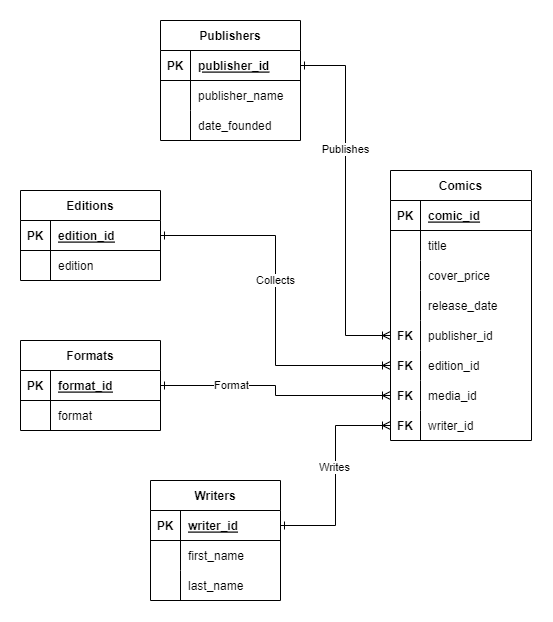
This is app/assets/images/ERD.png from samuelferrer21/XamComiX, a draw.io export, as it was before one commit. Source tidied: cells renumbered, new cells last; positions are measured from the earlier drawing's top-left corner, leaving out a move shared by most shapes.
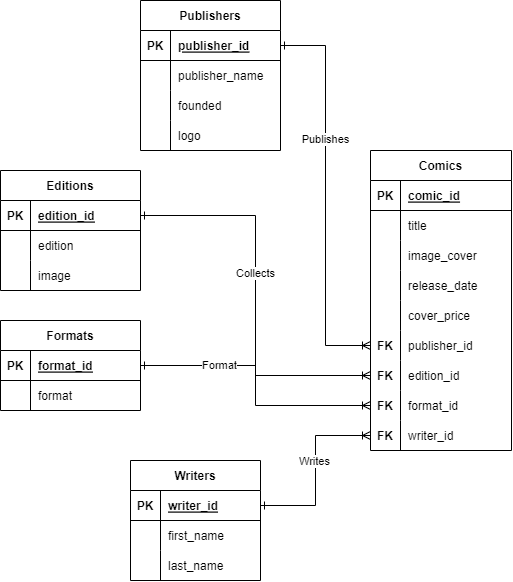
After the change.

Commit message:
replaced ERD image and corrected typos in csv and seed files

Diff of the diagram source:
```diff
@@ -3,7 +3,7 @@
     <mxCell id="0" />
     <mxCell id="1" parent="0" />
     <mxCell id="2" value="Comics" style="shape=table;startSize=30;rowLines=0;fontStyle=1;align=center;" parent="1" vertex="1">
-      <mxGeometry x="370" y="150" width="141" height="270" as="geometry" />
+      <mxGeometry x="370" y="150" width="141" height="300" as="geometry" />
     </mxCell>
     <mxCell id="3" style="shape=partialRectangle;fillColor=none;top=0;left=0;right=0;bottom=1;" parent="2" vertex="1">
       <mxGeometry y="30" width="141" height="30" as="geometry" />
@@ -23,8 +23,26 @@
     <mxCell id="8" value="title" style="shape=partialRectangle;overflow=hidden;fillColor=none;top=0;left=0;bottom=0;right=0;align=left;spacingLeft=6;" parent="6" vertex="1">
       <mxGeometry x="30" width="111" height="30" as="geometry" />
     </mxCell>
+    <mxCell id="69" style="shape=partialRectangle;fillColor=none;top=0;left=0;right=0;bottom=0;" parent="2" vertex="1">
+      <mxGeometry y="90" width="141" height="30" as="geometry" />
+    </mxCell>
+    <mxCell id="70" style="shape=partialRectangle;overflow=hidden;fillColor=none;top=0;left=0;bottom=0;right=0;" parent="69" vertex="1">
+      <mxGeometry width="30" height="30" as="geometry" />
+    </mxCell>
+    <mxCell id="71" value="image_cover" style="shape=partialRectangle;overflow=hidden;fillColor=none;top=0;left=0;bottom=0;right=0;align=left;spacingLeft=6;" parent="69" vertex="1">
+      <mxGeometry x="30" width="111" height="30" as="geometry" />
+    </mxCell>
+    <mxCell id="12" style="shape=partialRectangle;fillColor=none;top=0;left=0;right=0;bottom=0;" parent="2" vertex="1">
+      <mxGeometry y="120" width="141" height="30" as="geometry" />
+    </mxCell>
+    <mxCell id="13" style="shape=partialRectangle;overflow=hidden;fillColor=none;top=0;left=0;bottom=0;right=0;" parent="12" vertex="1">
+      <mxGeometry width="30" height="30" as="geometry" />
+    </mxCell>
+    <mxCell id="14" value="release_date" style="shape=partialRectangle;overflow=hidden;fillColor=none;top=0;left=0;bottom=0;right=0;align=left;spacingLeft=6;" parent="12" vertex="1">
+      <mxGeometry x="30" width="111" height="30" as="geometry" />
+    </mxCell>
     <mxCell id="9" style="shape=partialRectangle;fillColor=none;top=0;left=0;right=0;bottom=0;" parent="2" vertex="1">
-      <mxGeometry y="90" width="141" height="30" as="geometry" />
+      <mxGeometry y="150" width="141" height="30" as="geometry" />
     </mxCell>
     <mxCell id="10" style="shape=partialRectangle;overflow=hidden;fillColor=none;top=0;left=0;bottom=0;right=0;" parent="9" vertex="1">
       <mxGeometry width="30" height="30" as="geometry" />
@@ -32,17 +50,8 @@
     <mxCell id="11" value="cover_price" style="shape=partialRectangle;overflow=hidden;fillColor=none;top=0;left=0;bottom=0;right=0;align=left;spacingLeft=6;" parent="9" vertex="1">
       <mxGeometry x="30" width="111" height="30" as="geometry" />
     </mxCell>
-    <mxCell id="12" style="shape=partialRectangle;fillColor=none;top=0;left=0;right=0;bottom=0;" parent="2" vertex="1">
-      <mxGeometry y="120" width="141" height="30" as="geometry" />
-    </mxCell>
-    <mxCell id="13" style="shape=partialRectangle;overflow=hidden;fillColor=none;top=0;left=0;bottom=0;right=0;" parent="12" vertex="1">
-      <mxGeometry width="30" height="30" as="geometry" />
-    </mxCell>
-    <mxCell id="14" value="release_date" style="shape=partialRectangle;overflow=hidden;fillColor=none;top=0;left=0;bottom=0;right=0;align=left;spacingLeft=6;" parent="12" vertex="1">
-      <mxGeometry x="30" width="111" height="30" as="geometry" />
-    </mxCell>
     <mxCell id="15" style="shape=partialRectangle;fillColor=none;points=[[0,0.5],[1,0.5]];portConstraint=eastwest;top=0;left=0;right=0;bottom=0;" parent="2" vertex="1">
-      <mxGeometry y="150" width="141" height="30" as="geometry" />
+      <mxGeometry y="180" width="141" height="30" as="geometry" />
     </mxCell>
     <mxCell id="16" value="FK" style="shape=partialRectangle;overflow=hidden;fillColor=none;top=0;left=0;bottom=0;right=0;fontStyle=1;" parent="15" vertex="1">
       <mxGeometry width="30" height="30" as="geometry" />
@@ -51,7 +60,7 @@
       <mxGeometry x="30" width="111" height="30" as="geometry" />
     </mxCell>
     <mxCell id="18" style="shape=partialRectangle;fillColor=none;points=[[0,0.5],[1,0.5]];portConstraint=eastwest;top=0;left=0;right=0;bottom=0;" parent="2" vertex="1">
-      <mxGeometry y="180" width="141" height="30" as="geometry" />
+      <mxGeometry y="210" width="141" height="30" as="geometry" />
     </mxCell>
     <mxCell id="19" value="FK" style="shape=partialRectangle;overflow=hidden;fillColor=none;top=0;left=0;bottom=0;right=0;fontStyle=1;" parent="18" vertex="1">
       <mxGeometry width="30" height="30" as="geometry" />
@@ -60,16 +69,16 @@
       <mxGeometry x="30" width="111" height="30" as="geometry" />
     </mxCell>
     <mxCell id="21" style="shape=partialRectangle;fillColor=none;points=[[0,0.5],[1,0.5]];portConstraint=eastwest;top=0;left=0;right=0;bottom=0;" parent="2" vertex="1">
-      <mxGeometry y="210" width="141" height="30" as="geometry" />
+      <mxGeometry y="240" width="141" height="30" as="geometry" />
     </mxCell>
     <mxCell id="22" value="FK" style="shape=partialRectangle;overflow=hidden;fillColor=none;top=0;left=0;bottom=0;right=0;fontStyle=1;" parent="21" vertex="1">
       <mxGeometry width="30" height="30" as="geometry" />
     </mxCell>
-    <mxCell id="23" value="media_id" style="shape=partialRectangle;overflow=hidden;fillColor=none;top=0;left=0;bottom=0;right=0;align=left;spacingLeft=6;" parent="21" vertex="1">
+    <mxCell id="23" value="format_id" style="shape=partialRectangle;overflow=hidden;fillColor=none;top=0;left=0;bottom=0;right=0;align=left;spacingLeft=6;" parent="21" vertex="1">
       <mxGeometry x="30" width="111" height="30" as="geometry" />
     </mxCell>
     <mxCell id="24" style="shape=partialRectangle;fillColor=none;points=[[0,0.5],[1,0.5]];portConstraint=eastwest;top=0;left=0;right=0;bottom=0;" parent="2" vertex="1">
-      <mxGeometry y="240" width="141" height="30" as="geometry" />
+      <mxGeometry y="270" width="141" height="30" as="geometry" />
     </mxCell>
     <mxCell id="25" value="FK" style="shape=partialRectangle;overflow=hidden;fillColor=none;top=0;left=0;bottom=0;right=0;fontStyle=1;" parent="24" vertex="1">
       <mxGeometry width="30" height="30" as="geometry" />
@@ -108,7 +117,7 @@
       <mxGeometry x="30" width="100" height="30" as="geometry" />
     </mxCell>
     <mxCell id="37" value="Publishers" style="shape=table;startSize=30;rowLines=0;fontStyle=1;align=center;" parent="1" vertex="1">
-      <mxGeometry x="140" width="140" height="120" as="geometry" />
+      <mxGeometry x="140" width="140" height="150" as="geometry" />
     </mxCell>
     <mxCell id="38" style="shape=partialRectangle;fillColor=none;points=[[0,0.5],[1,0.5]];portConstraint=eastwest;top=0;left=0;right=0;bottom=1;" parent="37" vertex="1">
       <mxGeometry y="30" width="140" height="30" as="geometry" />
@@ -134,11 +143,20 @@
     <mxCell id="45" style="shape=partialRectangle;overflow=hidden;fillColor=none;top=0;left=0;bottom=0;right=0;" parent="44" vertex="1">
       <mxGeometry width="30" height="30" as="geometry" />
     </mxCell>
-    <mxCell id="46" value="date_founded" style="shape=partialRectangle;overflow=hidden;fillColor=none;top=0;left=0;bottom=0;right=0;align=left;spacingLeft=6;" parent="44" vertex="1">
+    <mxCell id="46" value="founded" style="shape=partialRectangle;overflow=hidden;fillColor=none;top=0;left=0;bottom=0;right=0;align=left;spacingLeft=6;" parent="44" vertex="1">
       <mxGeometry x="30" width="110" height="30" as="geometry" />
     </mxCell>
+    <mxCell id="72" style="shape=partialRectangle;fillColor=none;top=0;left=0;right=0;bottom=0;" parent="37" vertex="1">
+      <mxGeometry y="120" width="140" height="30" as="geometry" />
+    </mxCell>
+    <mxCell id="73" style="shape=partialRectangle;overflow=hidden;fillColor=none;top=0;left=0;bottom=0;right=0;" parent="72" vertex="1">
+      <mxGeometry width="30" height="30" as="geometry" />
+    </mxCell>
+    <mxCell id="74" value="logo" style="shape=partialRectangle;overflow=hidden;fillColor=none;top=0;left=0;bottom=0;right=0;align=left;spacingLeft=6;" parent="72" vertex="1">
+      <mxGeometry x="30" width="110" height="30" as="geometry" />
+    </mxCell>
     <mxCell id="47" value="Editions" style="shape=table;startSize=30;rowLines=0;fontStyle=1;align=center;" parent="1" vertex="1">
-      <mxGeometry y="170" width="140" height="90" as="geometry" />
+      <mxGeometry y="170" width="140" height="120" as="geometry" />
     </mxCell>
     <mxCell id="48" style="shape=partialRectangle;fillColor=none;points=[[0,0.5],[1,0.5]];portConstraint=eastwest;top=0;left=0;right=0;bottom=1;" parent="47" vertex="1">
       <mxGeometry y="30" width="140" height="30" as="geometry" />
@@ -158,6 +176,15 @@
     <mxCell id="53" value="edition" style="shape=partialRectangle;overflow=hidden;fillColor=none;top=0;left=0;bottom=0;right=0;align=left;spacingLeft=6;" parent="51" vertex="1">
       <mxGeometry x="30" width="110" height="30" as="geometry" />
     </mxCell>
+    <mxCell id="75" style="shape=partialRectangle;fillColor=none;top=0;left=0;right=0;bottom=0;" parent="47" vertex="1">
+      <mxGeometry y="90" width="140" height="30" as="geometry" />
+    </mxCell>
+    <mxCell id="76" style="shape=partialRectangle;overflow=hidden;fillColor=none;top=0;left=0;bottom=0;right=0;" parent="75" vertex="1">
+      <mxGeometry width="30" height="30" as="geometry" />
+    </mxCell>
+    <mxCell id="77" value="image" style="shape=partialRectangle;overflow=hidden;fillColor=none;top=0;left=0;bottom=0;right=0;align=left;spacingLeft=6;" parent="75" vertex="1">
+      <mxGeometry x="30" width="110" height="30" as="geometry" />
+    </mxCell>
     <mxCell id="54" value="Formats" style="shape=table;startSize=30;rowLines=0;fontStyle=1;align=center;" parent="1" vertex="1">
       <mxGeometry y="320" width="140" height="90" as="geometry" />
     </mxCell>
```
